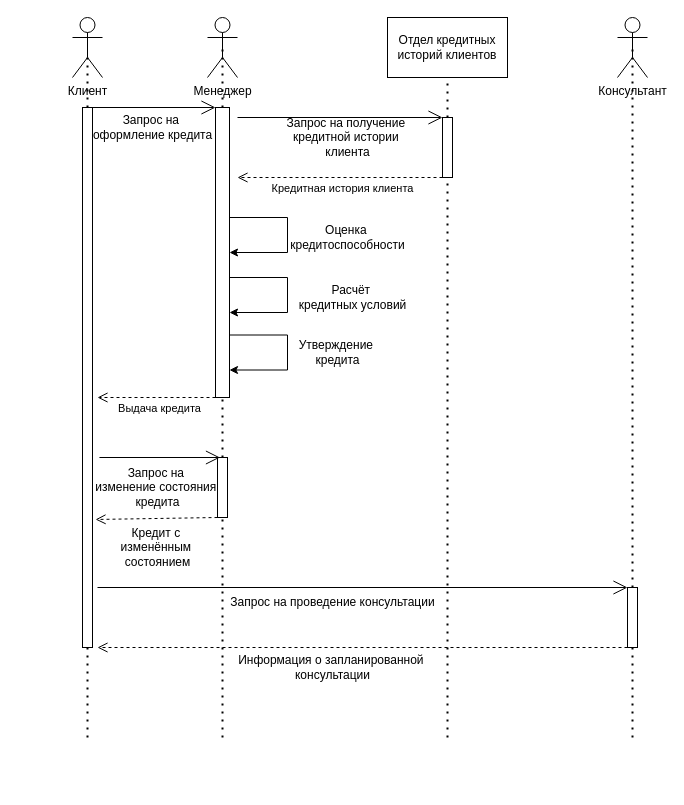
Above: АКМС/последовательности.drawio in EGO-R/practics_4_term (draw.io), before the change. Source tidied: cells renumbered, new cells numbered last; positions are measured from the earlier drawing's top-left corner, leaving out a move shared by most shapes. Both pictures are drawn from the tidied source at 100%, with x=0, y=0 at pixel (72, 17).
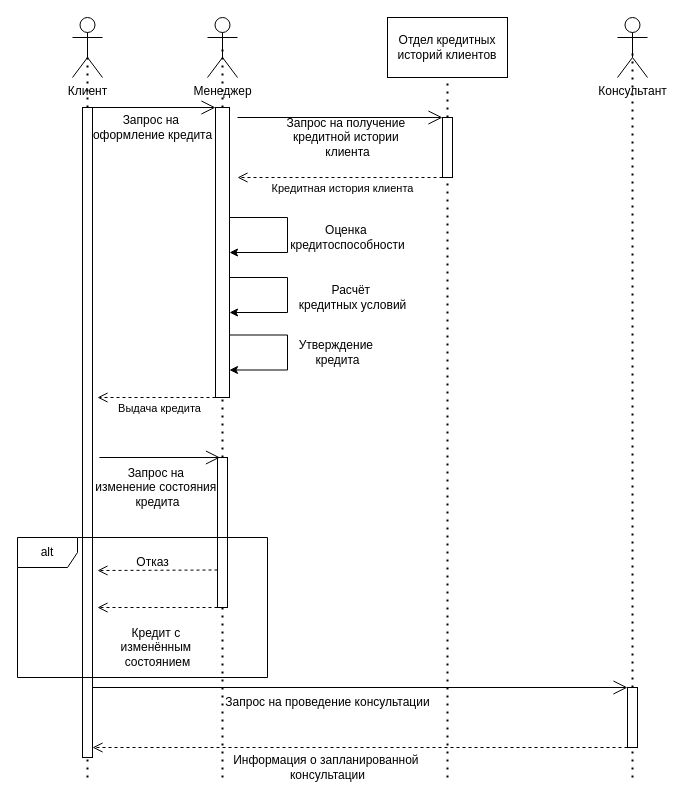
The same diagram, later.

Unchanged cells that the change refers to:
```xml
<mxCell id="15" style="rounded=0;whiteSpace=wrap;html=1;" parent="1" vertex="1">
  <mxGeometry x="370" y="100" width="10" height="60" as="geometry" />
</mxCell>
<mxCell id="29" value="&lt;div&gt;Запрос на&amp;nbsp;&lt;/div&gt;&lt;div&gt;изменение состояния&amp;nbsp;&lt;/div&gt;&lt;div&gt;кредита&lt;/div&gt;" style="text;html=1;align=center;verticalAlign=middle;points=[];strokeColor=none;fillColor=none;" parent="1" vertex="1">
  <mxGeometry x="10" y="440" width="150" height="60" as="geometry" />
</mxCell>
```

Diff of the diagram source:
```diff
@@
     <mxCell id="8" style="endArrow=none;dashed=1;html=1;dashPattern=1 3;strokeWidth=2;rounded=0;" parent="1" edge="1" target="9">
       <mxGeometry relative="1" as="geometry">
-        <mxPoint x="15" y="720" as="sourcePoint" />
+        <mxPoint x="15" y="760" as="sourcePoint" />
       </mxGeometry>
     </mxCell>
     <mxCell id="9" style="rounded=0;whiteSpace=wrap;html=1;" parent="1" vertex="1">
-      <mxGeometry x="10" y="90" width="10" height="540" as="geometry" />
+      <mxGeometry x="10" y="90" width="10" height="650" as="geometry" />
     </mxCell>
@@
     <mxCell id="14" style="endArrow=none;dashed=1;html=1;dashPattern=1 3;strokeWidth=2;rounded=0;entryX=0.5;entryY=1;entryDx=0;entryDy=0;" parent="1" edge="1" target="15">
       <mxGeometry relative="1" as="geometry">
-        <mxPoint x="375" y="720" as="sourcePoint" />
+        <mxPoint x="375" y="760" as="sourcePoint" />
       </mxGeometry>
     </mxCell>
@@
     <mxCell id="26" style="endArrow=none;dashed=1;html=1;dashPattern=1 3;strokeWidth=2;rounded=0;entryX=0.5;entryY=0.5;entryDx=0;entryDy=0;entryPerimeter=0;" parent="1" edge="1" target="27">
       <mxGeometry relative="1" as="geometry">
-        <mxPoint x="150" y="720" as="sourcePoint" />
+        <mxPoint x="150" y="760" as="sourcePoint" />
       </mxGeometry>
     </mxCell>
     <mxCell id="27" style="rounded=0;whiteSpace=wrap;html=1;" parent="1" vertex="1">
-      <mxGeometry x="145" y="440" width="10" height="60" as="geometry" />
+      <mxGeometry x="145" y="440" width="10" height="150" as="geometry" />
     </mxCell>
@@
-    <mxCell id="30" style="html=1;verticalAlign=bottom;endArrow=open;dashed=1;endSize=8;curved=0;rounded=0;exitX=0;exitY=1;exitDx=0;exitDy=0;entryX=0.087;entryY=1.033;entryDx=0;entryDy=0;entryPerimeter=0;" parent="1" edge="1" source="27" target="29">
-      <mxGeometry y="30" relative="1" as="geometry" />
+    <mxCell id="30" style="html=1;verticalAlign=bottom;endArrow=open;dashed=1;endSize=8;curved=0;rounded=0;exitX=0;exitY=1;exitDx=0;exitDy=0;" parent="1" edge="1" source="27">
+      <mxGeometry y="30" relative="1" as="geometry">
+        <mxPoint x="25" y="590" as="targetPoint" />
+      </mxGeometry>
     </mxCell>
     <mxCell id="31" value="&lt;div&gt;Кредит с&amp;nbsp;&lt;/div&gt;&lt;div&gt;изменённым&amp;nbsp;&lt;/div&gt;&lt;div&gt;состоянием&lt;/div&gt;" style="text;html=1;align=center;verticalAlign=middle;strokeColor=none;fillColor=none;" parent="1" vertex="1">
-      <mxGeometry x="35" y="500" width="100" height="60" as="geometry" />
+      <mxGeometry x="35" y="600" width="100" height="60" as="geometry" />
     </mxCell>
@@
     <mxCell id="34" style="endArrow=none;dashed=1;html=1;dashPattern=1 3;strokeWidth=2;rounded=0;entryX=0.5;entryY=0.5;entryDx=0;entryDy=0;entryPerimeter=0;" parent="1" edge="1" target="35">
       <mxGeometry relative="1" as="geometry">
-        <mxPoint x="560" y="720" as="sourcePoint" />
+        <mxPoint x="560" y="760" as="sourcePoint" />
       </mxGeometry>
     </mxCell>
     <mxCell id="35" style="rounded=0;whiteSpace=wrap;html=1;" parent="1" vertex="1">
-      <mxGeometry x="555" y="570" width="10" height="60" as="geometry" />
+      <mxGeometry x="555" y="670" width="10" height="60" as="geometry" />
     </mxCell>
     <mxCell id="36" style="endArrow=open;endFill=1;endSize=12;html=1;rounded=0;entryX=0;entryY=0;entryDx=0;entryDy=0;" parent="1" edge="1" target="35">
       <mxGeometry relative="1" as="geometry">
-        <mxPoint x="25" y="570" as="sourcePoint" />
+        <mxPoint x="20" y="670" as="sourcePoint" />
       </mxGeometry>
     </mxCell>
     <mxCell id="37" value="Запрос на проведение консультации" style="text;html=1;align=center;verticalAlign=middle;strokeColor=none;fillColor=none;" parent="1" vertex="1">
-      <mxGeometry x="150" y="570" width="220" height="30" as="geometry" />
+      <mxGeometry x="145" y="670" width="220" height="30" as="geometry" />
     </mxCell>
     <mxCell id="38" style="html=1;verticalAlign=bottom;endArrow=open;dashed=1;endSize=8;curved=0;rounded=0;exitX=0;exitY=1;exitDx=0;exitDy=0;" parent="1" edge="1" source="35">
       <mxGeometry relative="1" as="geometry">
-        <mxPoint x="25" y="630" as="targetPoint" />
+        <mxPoint x="20" y="730" as="targetPoint" />
       </mxGeometry>
     </mxCell>
     <mxCell id="39" value="&lt;div&gt;Информация о запланированной&amp;nbsp;&lt;/div&gt;&lt;div&gt;консультации&lt;/div&gt;" style="text;html=1;align=center;verticalAlign=middle;strokeColor=none;fillColor=none;" parent="1" vertex="1">
-      <mxGeometry x="155" y="630" width="210" height="40" as="geometry" />
+      <mxGeometry x="150" y="730" width="210" height="40" as="geometry" />
     </mxCell>
+    <mxCell id="40" style="html=1;verticalAlign=bottom;endArrow=open;dashed=1;endSize=8;curved=0;rounded=0;exitX=0;exitY=0.75;exitDx=0;exitDy=0;" parent="1" edge="1" source="27">
+      <mxGeometry y="30" relative="1" as="geometry">
+        <mxPoint x="25" y="553" as="targetPoint" />
+      </mxGeometry>
+    </mxCell>
+    <mxCell id="41" value="Отказ" style="text;html=1;align=center;verticalAlign=middle;strokeColor=none;fillColor=none;" parent="1" vertex="1">
+      <mxGeometry x="50" y="530" width="60" height="30" as="geometry" />
+    </mxCell>
+    <mxCell id="42" value="alt" style="shape=umlFrame;whiteSpace=wrap;html=1;" parent="1" vertex="1">
+      <mxGeometry x="-55" y="520" width="250" height="140" as="geometry" />
+    </mxCell>
```
